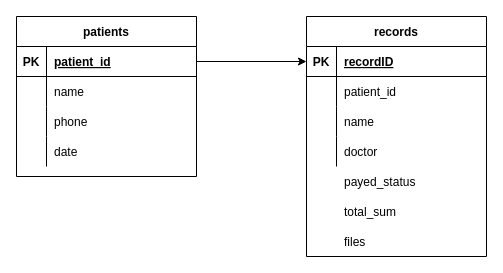
The draw.io diagram docs/er-diagram.drawio in tursunovJr/courseWork-DB, before the edit. Source tidied: cells renumbered, new cells numbered last; positions are measured from the earlier drawing's top-left corner, leaving out a move shared by most shapes. Both pictures are drawn from the tidied source at 100%, with x=0, y=0 at pixel (16, 16).
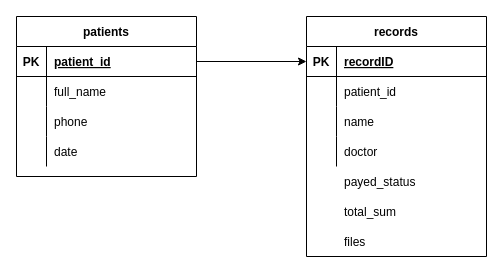
The same diagram, later.

Unchanged cells that the change refers to:
```xml
<mxCell id="6" style="shape=partialRectangle;fillColor=none;top=0;left=0;bottom=0;right=0;" parent="2" vertex="1">
  <mxGeometry y="60" width="180" height="30" as="geometry" />
</mxCell>
```

The edit, as a diff of the source:
```diff
@@
-    <mxCell id="8" value="name" style="shape=partialRectangle;fillColor=none;top=0;left=0;bottom=0;right=0;align=left;spacingLeft=6;overflow=hidden;" parent="6" vertex="1">
+    <mxCell id="8" value="full_name" style="shape=partialRectangle;fillColor=none;top=0;left=0;bottom=0;right=0;align=left;spacingLeft=6;overflow=hidden;" parent="6" vertex="1">
       <mxGeometry x="30" width="150" height="30" as="geometry" />
     </mxCell>
```
